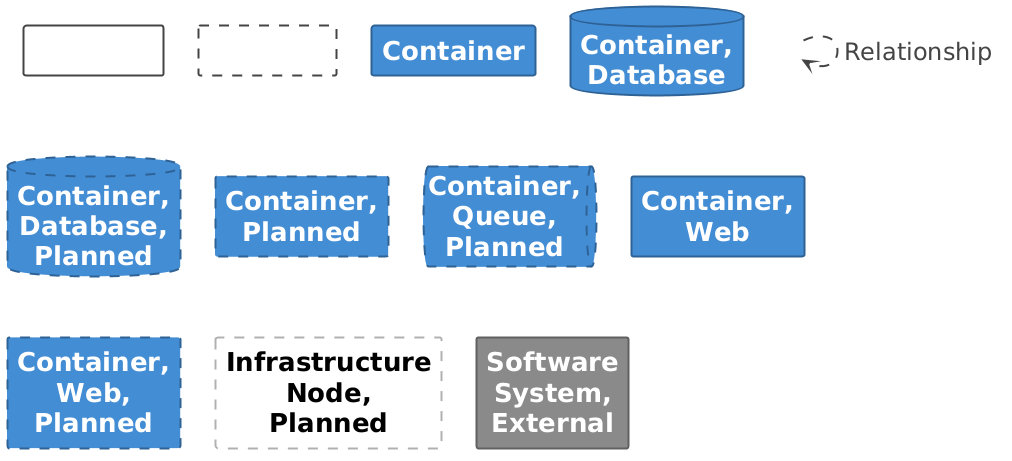
The PlantUML diagram documentation/c4/images/structurizr-ProductionDeployment-key.png in raphaelkwek/event-planning-and-venue-booking-system, before a commit. The source it was exported from:
```plantuml
@startuml

set separator none
hide stereotype

<style>
  root {
    BackgroundColor: #ffffff;
    FontColor: #444444;
  }
  // Element,Container
  .Element-RWxlbWVudCxDb250YWluZXI= {
    BackgroundColor: #438dd5;
    LineColor: #2e6295;
    LineStyle: 0;
    LineThickness: 2;
    FontColor: #ffffff;
    FontSize: 24;
    HorizontalAlignment: center;
    Shadowing: 0;
    MaximumWidth: 200;
  }
  // Element,Container,Database
  .Element-RWxlbWVudCxDb250YWluZXIsRGF0YWJhc2U= {
    BackgroundColor: #438dd5;
    LineColor: #2e6295;
    LineStyle: 0;
    LineThickness: 2;
    FontColor: #ffffff;
    FontSize: 24;
    HorizontalAlignment: center;
    Shadowing: 0;
    MaximumWidth: 200;
  }
  // Element,Container,Database,Planned
  .Element-RWxlbWVudCxDb250YWluZXIsRGF0YWJhc2UsUGxhbm5lZA== {
    BackgroundColor: #438dd5;
    LineColor: #2e6295;
    LineStyle: 10-10;
    LineThickness: 2;
    FontColor: #ffffff;
    FontSize: 24;
    HorizontalAlignment: center;
    Shadowing: 0;
    MaximumWidth: 200;
  }
  // Element,Container,Planned
  .Element-RWxlbWVudCxDb250YWluZXIsUGxhbm5lZA== {
    BackgroundColor: #438dd5;
    LineColor: #2e6295;
    LineStyle: 10-10;
    LineThickness: 2;
    FontColor: #ffffff;
    FontSize: 24;
    HorizontalAlignment: center;
    Shadowing: 0;
    MaximumWidth: 200;
  }
  // Element,Container,Queue,Planned
  .Element-RWxlbWVudCxDb250YWluZXIsUXVldWUsUGxhbm5lZA== {
    BackgroundColor: #438dd5;
    LineColor: #2e6295;
    LineStyle: 10-10;
    LineThickness: 2;
    FontColor: #ffffff;
    FontSize: 24;
    HorizontalAlignment: center;
    Shadowing: 0;
    MaximumWidth: 200;
  }
  // Element,Container,Web
  .Element-RWxlbWVudCxDb250YWluZXIsV2Vi {
    BackgroundColor: #438dd5;
    LineColor: #2e6295;
    LineStyle: 0;
    LineThickness: 2;
    FontColor: #ffffff;
    FontSize: 24;
    HorizontalAlignment: center;
    Shadowing: 0;
    MaximumWidth: 200;
  }
  // Element,Container,Web,Planned
  .Element-RWxlbWVudCxDb250YWluZXIsV2ViLFBsYW5uZWQ= {
    BackgroundColor: #438dd5;
    LineColor: #2e6295;
    LineStyle: 10-10;
    LineThickness: 2;
    FontColor: #ffffff;
    FontSize: 24;
    HorizontalAlignment: center;
    Shadowing: 0;
    MaximumWidth: 200;
  }
  // Element,Infrastructure Node,Planned
  .Element-RWxlbWVudCxJbmZyYXN0cnVjdHVyZSBOb2RlLFBsYW5uZWQ= {
    BackgroundColor: #ffffff;
    LineColor: #b2b2b2;
    LineStyle: 10-10;
    LineThickness: 2;
    FontColor: #000000;
    FontSize: 24;
    HorizontalAlignment: center;
    Shadowing: 0;
    MaximumWidth: 200;
  }
  // Element,Software System,External
  .Element-RWxlbWVudCxTb2Z0d2FyZSBTeXN0ZW0sRXh0ZXJuYWw= {
    BackgroundColor: #8a8a8a;
    LineColor: #606060;
    LineStyle: 0;
    LineThickness: 2;
    FontColor: #ffffff;
    FontSize: 24;
    HorizontalAlignment: center;
    Shadowing: 0;
    MaximumWidth: 200;
  }
  // Relationship
  .Relationship-UmVsYXRpb25zaGlw {
    LineThickness: 2;
    LineStyle: 10-10;
    LineColor: #444444;
    FontColor: #444444;
    FontSize: 24;
    MaximumWidth: 200;
  }
  // Element
  .DeploymentNode-RWxlbWVudA== {
    BackgroundColor: #ffffff;
    LineColor: #444444;
    LineStyle: 0;
    LineThickness: 2;
    FontColor: #ffffff;
    FontSize: 24;
    HorizontalAlignment: center;
    Shadowing: 0;
    MaximumWidth: 200;
  }
  // Element,Planned
  .DeploymentNode-RWxlbWVudCxQbGFubmVk {
    BackgroundColor: #ffffff;
    LineColor: #444444;
    LineStyle: 10-10;
    LineThickness: 2;
    FontColor: #ffffff;
    FontSize: 24;
    HorizontalAlignment: center;
    Shadowing: 0;
    MaximumWidth: 200;
  }
  // transparent element for relationships in legend
  .Element-Transparent {
    BackgroundColor: transparent;
    LineColor: transparent;
    FontColor: transparent;
  }
</style>

rectangle "==Element" <<DeploymentNode-RWxlbWVudA==>>

rectangle "==Planned" <<DeploymentNode-RWxlbWVudCxQbGFubmVk>>

rectangle "==Container" <<Element-RWxlbWVudCxDb250YWluZXI=>>

database "==Container, Database" <<Element-RWxlbWVudCxDb250YWluZXIsRGF0YWJhc2U=>>

database "==Container, Database, Planned" <<Element-RWxlbWVudCxDb250YWluZXIsRGF0YWJhc2UsUGxhbm5lZA==>>

rectangle "==Container, Planned" <<Element-RWxlbWVudCxDb250YWluZXIsUGxhbm5lZA==>>

queue "==Container, Queue, Planned" <<Element-RWxlbWVudCxDb250YWluZXIsUXVldWUsUGxhbm5lZA==>>

rectangle "==Container, Web" <<Element-RWxlbWVudCxDb250YWluZXIsV2Vi>>

rectangle "==Container, Web, Planned" <<Element-RWxlbWVudCxDb250YWluZXIsV2ViLFBsYW5uZWQ=>>

rectangle "==Infrastructure Node, Planned" <<Element-RWxlbWVudCxJbmZyYXN0cnVjdHVyZSBOb2RlLFBsYW5uZWQ=>>

rectangle "==Software System, External" <<Element-RWxlbWVudCxTb2Z0d2FyZSBTeXN0ZW0sRXh0ZXJuYWw=>>

rectangle "." <<.Element-Transparent>> as 1
1 --> 1 <<Relationship-UmVsYXRpb25zaGlw>> : "Relationship"

@enduml
```
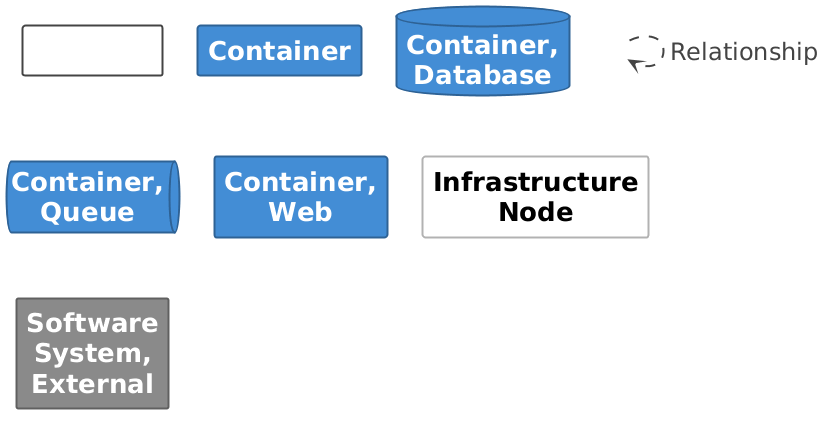
The same file after the commit.

The edit, as a diff of the source:
```diff
@@ -32,35 +32,11 @@
     Shadowing: 0;
     MaximumWidth: 200;
   }
-  // Element,Container,Database,Planned
-  .Element-RWxlbWVudCxDb250YWluZXIsRGF0YWJhc2UsUGxhbm5lZA== {
+  // Element,Container,Queue
+  .Element-RWxlbWVudCxDb250YWluZXIsUXVldWU= {
     BackgroundColor: #438dd5;
     LineColor: #2e6295;
-    LineStyle: 10-10;
-    LineThickness: 2;
-    FontColor: #ffffff;
-    FontSize: 24;
-    HorizontalAlignment: center;
-    Shadowing: 0;
-    MaximumWidth: 200;
-  }
-  // Element,Container,Planned
-  .Element-RWxlbWVudCxDb250YWluZXIsUGxhbm5lZA== {
-    BackgroundColor: #438dd5;
-    LineColor: #2e6295;
-    LineStyle: 10-10;
-    LineThickness: 2;
-    FontColor: #ffffff;
-    FontSize: 24;
-    HorizontalAlignment: center;
-    Shadowing: 0;
-    MaximumWidth: 200;
-  }
-  // Element,Container,Queue,Planned
-  .Element-RWxlbWVudCxDb250YWluZXIsUXVldWUsUGxhbm5lZA== {
-    BackgroundColor: #438dd5;
-    LineColor: #2e6295;
-    LineStyle: 10-10;
+    LineStyle: 0;
     LineThickness: 2;
     FontColor: #ffffff;
     FontSize: 24;
@@ -80,23 +56,11 @@
     Shadowing: 0;
     MaximumWidth: 200;
   }
-  // Element,Container,Web,Planned
-  .Element-RWxlbWVudCxDb250YWluZXIsV2ViLFBsYW5uZWQ= {
-    BackgroundColor: #438dd5;
-    LineColor: #2e6295;
-    LineStyle: 10-10;
-    LineThickness: 2;
-    FontColor: #ffffff;
-    FontSize: 24;
-    HorizontalAlignment: center;
-    Shadowing: 0;
-    MaximumWidth: 200;
-  }
-  // Element,Infrastructure Node,Planned
-  .Element-RWxlbWVudCxJbmZyYXN0cnVjdHVyZSBOb2RlLFBsYW5uZWQ= {
+  // Element,Infrastructure Node
+  .Element-RWxlbWVudCxJbmZyYXN0cnVjdHVyZSBOb2Rl {
     BackgroundColor: #ffffff;
     LineColor: #b2b2b2;
-    LineStyle: 10-10;
+    LineStyle: 0;
     LineThickness: 2;
     FontColor: #000000;
     FontSize: 24;
@@ -137,18 +101,6 @@
     Shadowing: 0;
     MaximumWidth: 200;
   }
-  // Element,Planned
-  .DeploymentNode-RWxlbWVudCxQbGFubmVk {
-    BackgroundColor: #ffffff;
-    LineColor: #444444;
-    LineStyle: 10-10;
-    LineThickness: 2;
-    FontColor: #ffffff;
-    FontSize: 24;
-    HorizontalAlignment: center;
-    Shadowing: 0;
-    MaximumWidth: 200;
-  }
   // transparent element for relationships in legend
   .Element-Transparent {
     BackgroundColor: transparent;
@@ -159,23 +111,15 @@
 
 rectangle "==Element" <<DeploymentNode-RWxlbWVudA==>>
 
-rectangle "==Planned" <<DeploymentNode-RWxlbWVudCxQbGFubmVk>>
-
 rectangle "==Container" <<Element-RWxlbWVudCxDb250YWluZXI=>>
 
 database "==Container, Database" <<Element-RWxlbWVudCxDb250YWluZXIsRGF0YWJhc2U=>>
 
-database "==Container, Database, Planned" <<Element-RWxlbWVudCxDb250YWluZXIsRGF0YWJhc2UsUGxhbm5lZA==>>
-
-rectangle "==Container, Planned" <<Element-RWxlbWVudCxDb250YWluZXIsUGxhbm5lZA==>>
-
-queue "==Container, Queue, Planned" <<Element-RWxlbWVudCxDb250YWluZXIsUXVldWUsUGxhbm5lZA==>>
+queue "==Container, Queue" <<Element-RWxlbWVudCxDb250YWluZXIsUXVldWU=>>
 
 rectangle "==Container, Web" <<Element-RWxlbWVudCxDb250YWluZXIsV2Vi>>
 
-rectangle "==Container, Web, Planned" <<Element-RWxlbWVudCxDb250YWluZXIsV2ViLFBsYW5uZWQ=>>
-
-rectangle "==Infrastructure Node, Planned" <<Element-RWxlbWVudCxJbmZyYXN0cnVjdHVyZSBOb2RlLFBsYW5uZWQ=>>
+rectangle "==Infrastructure Node" <<Element-RWxlbWVudCxJbmZyYXN0cnVjdHVyZSBOb2Rl>>
 
 rectangle "==Software System, External" <<Element-RWxlbWVudCxTb2Z0d2FyZSBTeXN0ZW0sRXh0ZXJuYWw=>>
 
```
